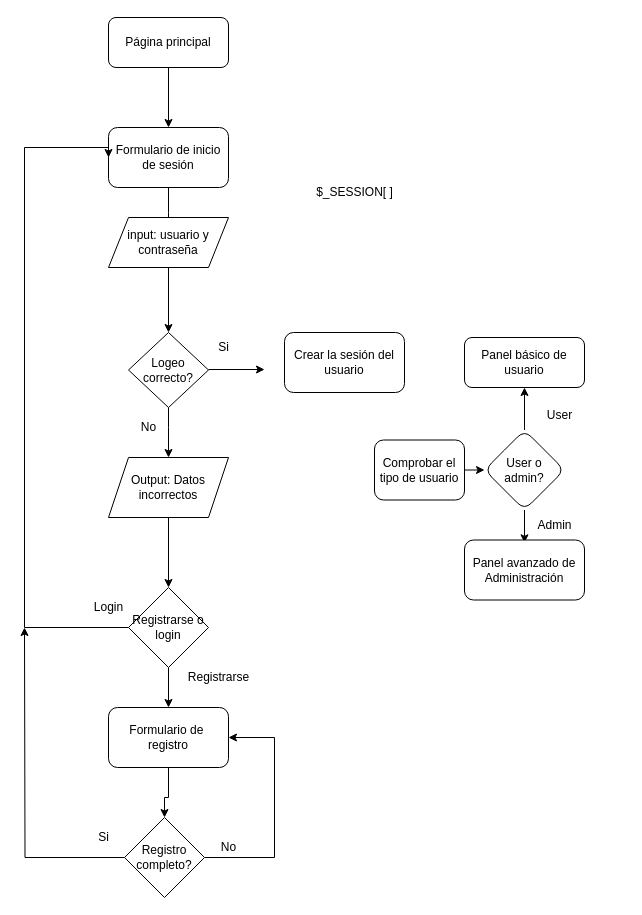
Above: Backend/php/ejercicios/logeo_y_registro/Diagrama.drawio in RebeCanonico/curso-daw (draw.io), before the change. Source tidied: cells renumbered, new cells numbered last; positions are measured from the earlier drawing's top-left corner, leaving out a move shared by most shapes. Both pictures are drawn from the tidied source at 100%, with x=0, y=0 at pixel (24, 17).
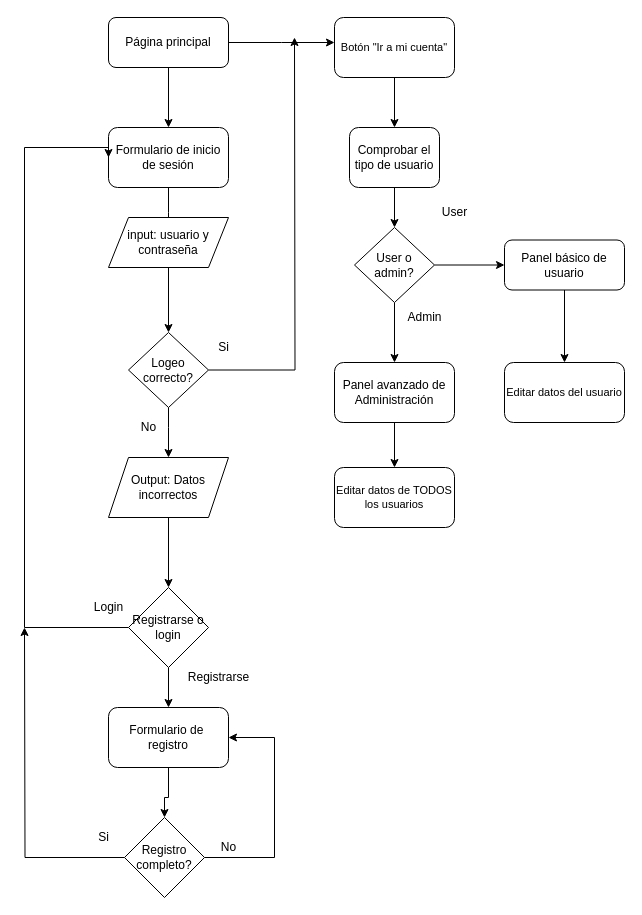
The same diagram, later.

Unchanged cells that the change refers to:
```xml
<mxCell id="3" value="Página principal" style="rounded=1;whiteSpace=wrap;html=1;" parent="1" vertex="1">
  <mxGeometry x="84" width="120" height="50" as="geometry" />
</mxCell>
<mxCell id="8" value="Logeo correcto?" style="rhombus;whiteSpace=wrap;html=1;" parent="1" vertex="1">
  <mxGeometry x="104" y="315" width="80" height="75" as="geometry" />
</mxCell>
```

Diff of the diagram source:
```diff
@@
+    <mxCell id="38" style="edgeStyle=orthogonalEdgeStyle;rounded=0;jettySize=auto;html=1;exitX=1;exitY=0.5;exitDx=0;exitDy=0;" parent="1" edge="1" source="3">
+      <mxGeometry relative="1" as="geometry">
+        <mxPoint x="310" y="25" as="targetPoint" />
+      </mxGeometry>
+    </mxCell>
@@
+    <mxCell id="39" style="edgeStyle=orthogonalEdgeStyle;rounded=0;jettySize=auto;html=1;exitX=1;exitY=0.5;exitDx=0;exitDy=0;" parent="1" edge="1" source="8">
+      <mxGeometry relative="1" as="geometry">
+        <mxPoint x="270" y="20" as="targetPoint" />
+      </mxGeometry>
+    </mxCell>
@@
-    <mxCell id="26" style="endArrow=classic;html=1;rounded=0;" parent="1" edge="1">
-      <mxGeometry relative="1" as="geometry">
-        <mxPoint x="184" y="352" as="sourcePoint" />
-        <mxPoint x="240" y="352" as="targetPoint" />
-      </mxGeometry>
-    </mxCell>
-    <mxCell id="27" style="edgeStyle=orthogonalEdgeStyle;rounded=0;jettySize=auto;html=1;exitX=1;exitY=0.5;exitDx=0;exitDy=0;entryX=0;entryY=0.5;entryDx=0;entryDy=0;" parent="1" edge="1" source="28" target="31">
+    <mxCell id="27" style="edgeStyle=orthogonalEdgeStyle;rounded=0;jettySize=auto;html=1;exitX=0.5;exitY=1;exitDx=0;exitDy=0;entryX=0.5;entryY=0;entryDx=0;entryDy=0;" parent="1" edge="1" source="28" target="31">
       <mxGeometry relative="1" as="geometry" />
     </mxCell>
     <mxCell id="28" value="Comprobar el tipo de usuario" style="rounded=1;whiteSpace=wrap;html=1;" parent="1" vertex="1">
-      <mxGeometry x="350" y="422.5" width="90" height="60" as="geometry" />
+      <mxGeometry x="325" y="110" width="90" height="60" as="geometry" />
     </mxCell>
-    <mxCell id="29" style="edgeStyle=orthogonalEdgeStyle;rounded=0;jettySize=auto;html=1;exitX=0.5;exitY=0;exitDx=0;exitDy=0;entryX=0.5;entryY=1;entryDx=0;entryDy=0;" parent="1" edge="1" source="31" target="35">
-      <mxGeometry relative="1" as="geometry" />
-    </mxCell>
-    <mxCell id="30" style="edgeStyle=orthogonalEdgeStyle;rounded=0;jettySize=auto;html=1;exitX=0.5;exitY=1;exitDx=0;exitDy=0;entryX=0;entryY=1.094;entryDx=0;entryDy=0;entryPerimeter=0;" parent="1" edge="1" source="31" target="33">
-      <mxGeometry relative="1" as="geometry" />
-    </mxCell>
-    <mxCell id="31" value="User o admin?" style="rhombus;whiteSpace=wrap;html=1;rounded=1;" parent="1" vertex="1">
-      <mxGeometry x="460" y="412.5" width="80" height="80" as="geometry" />
-    </mxCell>
     <mxCell id="32" value="User" style="text;html=1;align=center;verticalAlign=middle;strokeColor=none;fillColor=none;" parent="1" vertex="1">
-      <mxGeometry x="510" y="382.5" width="50" height="30" as="geometry" />
+      <mxGeometry x="405" y="180" width="50" height="30" as="geometry" />
     </mxCell>
     <mxCell id="33" value="Admin" style="text;html=1;align=center;verticalAlign=middle;points=[];strokeColor=none;fillColor=none;" parent="1" vertex="1">
-      <mxGeometry x="500" y="492.5" width="60" height="30" as="geometry" />
+      <mxGeometry x="370" y="285" width="60" height="30" as="geometry" />
     </mxCell>
+    <mxCell id="40" style="edgeStyle=orthogonalEdgeStyle;rounded=0;jettySize=auto;html=1;exitX=0.5;exitY=1;exitDx=0;exitDy=0;entryX=0.5;entryY=0;entryDx=0;entryDy=0;" parent="1" edge="1" source="34" target="46">
+      <mxGeometry relative="1" as="geometry" />
+    </mxCell>
     <mxCell id="34" value="Panel avanzado de Administración" style="rounded=1;whiteSpace=wrap;html=1;" parent="1" vertex="1">
-      <mxGeometry x="440" y="522.5" width="120" height="60" as="geometry" />
+      <mxGeometry x="310" y="345" width="120" height="60" as="geometry" />
     </mxCell>
+    <mxCell id="41" style="edgeStyle=orthogonalEdgeStyle;rounded=0;jettySize=auto;html=1;exitX=0.5;exitY=1;exitDx=0;exitDy=0;entryX=0.5;entryY=0;entryDx=0;entryDy=0;" parent="1" edge="1" source="35" target="45">
+      <mxGeometry relative="1" as="geometry" />
+    </mxCell>
     <mxCell id="35" value="Panel básico de usuario" style="rounded=1;whiteSpace=wrap;html=1;" parent="1" vertex="1">
-      <mxGeometry x="440" y="320" width="120" height="50" as="geometry" />
+      <mxGeometry x="480" y="222.5" width="120" height="50" as="geometry" />
     </mxCell>
-    <mxCell id="36" value="Crear la sesión del usuario" style="rounded=1;whiteSpace=wrap;html=1;" parent="1" vertex="1">
-      <mxGeometry x="260" y="315" width="120" height="60" as="geometry" />
-    </mxCell>
-    <mxCell id="37" value="$_SESSION[ ]" style="text;html=1;align=center;verticalAlign=middle;strokeColor=none;fillColor=none;" parent="1" vertex="1">
-      <mxGeometry x="280" y="160" width="100" height="30" as="geometry" />
-    </mxCell>
+    <mxCell id="42" style="edgeStyle=orthogonalEdgeStyle;rounded=0;jettySize=auto;html=1;exitX=0.5;exitY=1;exitDx=0;exitDy=0;entryX=0.5;entryY=0;entryDx=0;entryDy=0;" parent="1" edge="1" source="43" target="28">
+      <mxGeometry relative="1" as="geometry" />
+    </mxCell>
+    <mxCell id="43" value="Botón &quot;Ir a mi cuenta&quot;" style="rounded=1;whiteSpace=wrap;html=1;fontSize=11;" parent="1" vertex="1">
+      <mxGeometry x="310" width="120" height="60" as="geometry" />
+    </mxCell>
+    <mxCell id="29" style="edgeStyle=orthogonalEdgeStyle;rounded=0;jettySize=auto;html=1;exitX=1;exitY=0.5;exitDx=0;exitDy=0;entryX=0;entryY=0.5;entryDx=0;entryDy=0;" parent="1" edge="1" source="31" target="35">
+      <mxGeometry relative="1" as="geometry" />
+    </mxCell>
+    <mxCell id="44" style="edgeStyle=orthogonalEdgeStyle;rounded=0;jettySize=auto;html=1;exitX=0.5;exitY=1;exitDx=0;exitDy=0;entryX=0.5;entryY=0;entryDx=0;entryDy=0;" parent="1" edge="1" source="31" target="34">
+      <mxGeometry relative="1" as="geometry" />
+    </mxCell>
+    <mxCell id="31" value="User o admin?" style="rhombus;whiteSpace=wrap;html=1;" parent="1" vertex="1">
+      <mxGeometry x="330" y="210" width="80" height="75" as="geometry" />
+    </mxCell>
+    <mxCell id="45" value="Editar datos del usuario" style="rounded=1;whiteSpace=wrap;html=1;fontSize=11;" parent="1" vertex="1">
+      <mxGeometry x="480" y="345" width="120" height="60" as="geometry" />
+    </mxCell>
+    <mxCell id="46" value="Editar datos de TODOS los usuarios" style="rounded=1;whiteSpace=wrap;html=1;fontSize=11;" parent="1" vertex="1">
+      <mxGeometry x="310" y="450" width="120" height="60" as="geometry" />
+    </mxCell>
```
